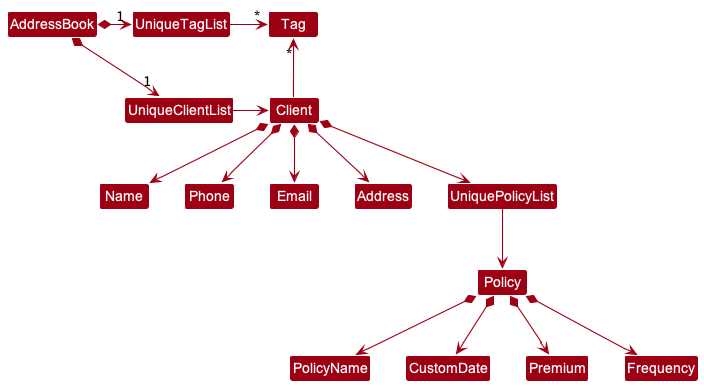
nus-cs2103-AY2223S2/tp keeps this PlantUML diagram as docs/images/BetterModelClassDiagram.png. Above is the earlier version.
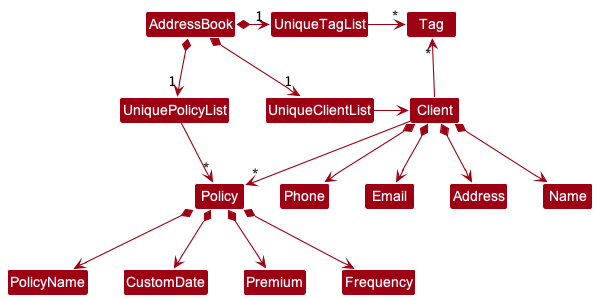
Above is the later version.

Diff of the diagram source:
```diff
@@ -6,20 +6,23 @@
 
 AddressBook *-right-> "1" UniqueClientList
 AddressBook *-right-> "1" UniqueTagList
+AddressBook *--> "1" UniquePolicyList
+
 UniqueTagList -[hidden]down- UniqueClientList
 UniqueTagList -[hidden]down- UniqueClientList
 
 UniqueTagList -right-> "*" Tag
+
 UniqueClientList -right-> Client
 
 Client -up-> "*" Tag
+Client --> "*" Policy
 
 Client *--> Name
 Client *--> Phone
 Client *--> Email
 Client *--> Address
-Client *--> UniquePolicyList
-UniquePolicyList --> Policy
+UniquePolicyList --> "*" Policy
 Policy *--> PolicyName
 Policy *--> CustomDate
 Policy *--> Premium
```
